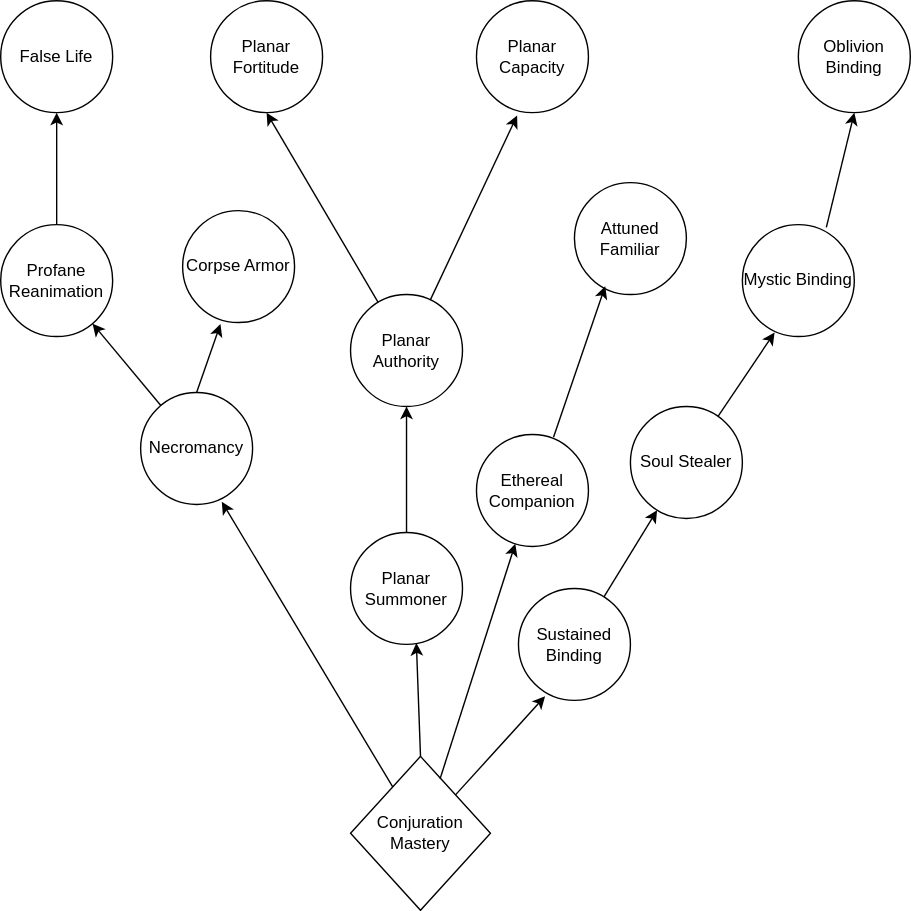
Earlier version of the draw.io export lath_docs/conjuration/tree-conjuration.drawio.svg (wellington364868/lath_legendsofaetherius). Source tidied: cells renumbered, new cells last; positions are measured from the earlier drawing's top-left corner, leaving out a move shared by most shapes.
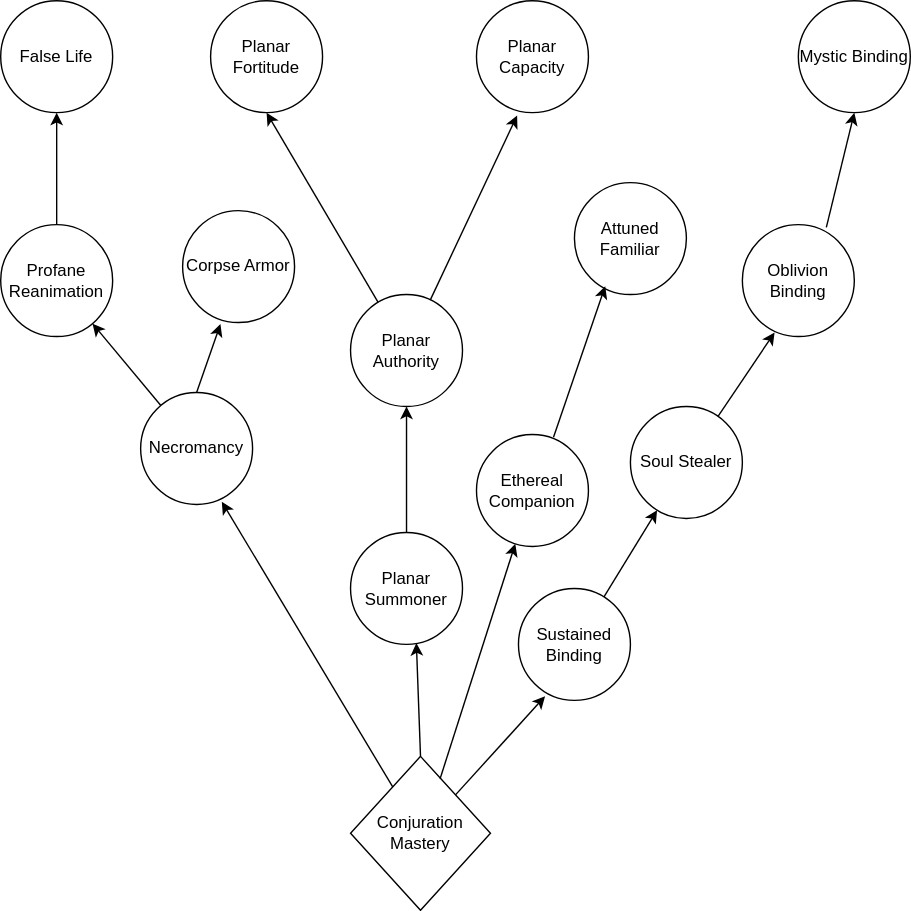
After the commit.

Commit message:
atualização nos modelos conceituais da arvore de conjuration versao 1.0

The edit, as a diff of the source:
```diff
@@ -65,10 +65,10 @@
     <mxCell id="22" style="endArrow=classic;html=1;rounded=0;" parent="1" edge="1" source="19" target="21">
       <mxGeometry relative="1" as="geometry" />
     </mxCell>
-    <mxCell id="23" value="Mystic Binding" style="ellipse;whiteSpace=wrap;html=1;" parent="1" vertex="1">
+    <mxCell id="23" value="Oblivion Binding" style="ellipse;whiteSpace=wrap;html=1;" parent="1" vertex="1">
       <mxGeometry x="530" y="160" width="80" height="80" as="geometry" />
     </mxCell>
-    <mxCell id="24" value="Oblivion Binding" style="ellipse;whiteSpace=wrap;html=1;" parent="1" vertex="1">
+    <mxCell id="24" value="Mystic Binding" style="ellipse;whiteSpace=wrap;html=1;" parent="1" vertex="1">
       <mxGeometry x="570" width="80" height="80" as="geometry" />
     </mxCell>
     <mxCell id="25" style="endArrow=classic;html=1;rounded=0;entryX=0.288;entryY=0.963;entryDx=0;entryDy=0;entryPerimeter=0;" parent="1" edge="1" source="21" target="23">
```
